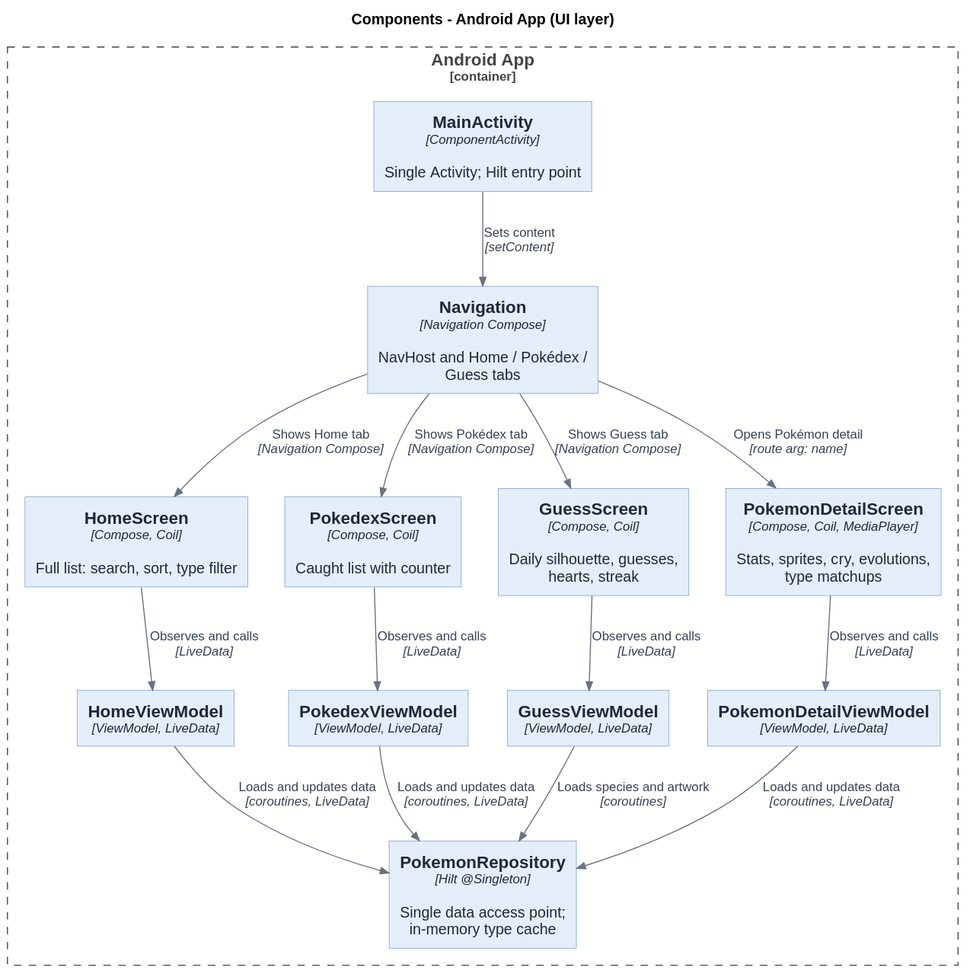
Above: docs/architecture/out/03-components-android-app-ui.svg in rodrigo4sousa/Pokedex (PlantUML), before the change.
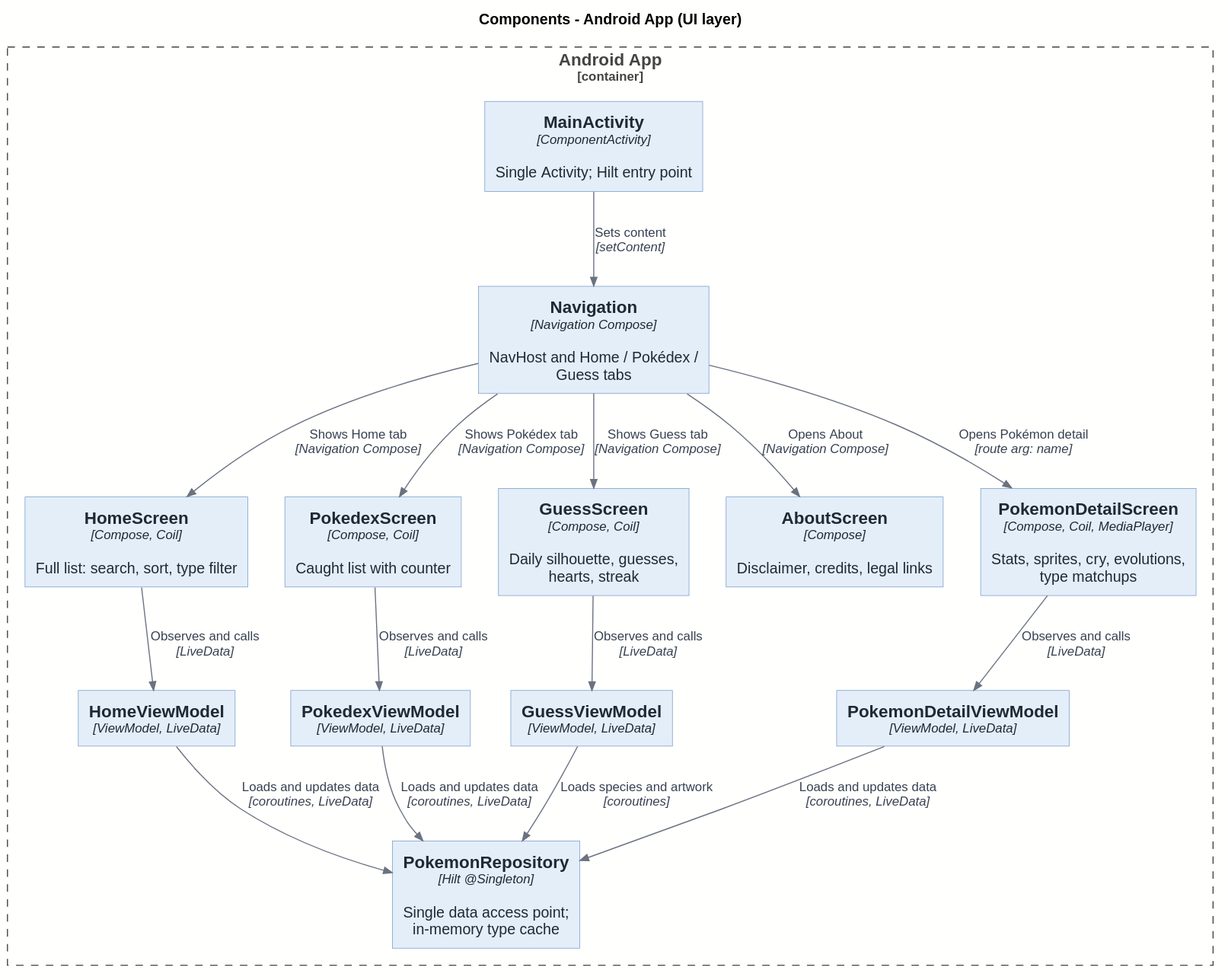
The same file after the commit.

Commit message:
docs: add privacy policy, terms and disclaimer

Diff of the diagram source:
```diff
@@ -13,6 +13,7 @@
     Component(homeScreen, "HomeScreen", "Compose, Coil", "Full list: search, sort, type filter")
     Component(pokedexScreen, "PokedexScreen", "Compose, Coil", "Caught list with counter")
     Component(guessScreen, "GuessScreen", "Compose, Coil", "Daily silhouette, guesses, hearts, streak")
+    Component(aboutScreen, "AboutScreen", "Compose", "Disclaimer, credits, legal links")
     Component(detailScreen, "PokemonDetailScreen", "Compose, Coil, MediaPlayer", "Stats, sprites, cry, evolutions, type matchups")
 
     Component(homeVm, "HomeViewModel", "ViewModel, LiveData")
@@ -27,6 +28,7 @@
 Rel(navigation, homeScreen, $plain("Shows Home tab"), "Navigation Compose")
 Rel(navigation, pokedexScreen, $plain("Shows Pokédex tab"), "Navigation Compose")
 Rel(navigation, guessScreen, $plain("Shows Guess tab"), "Navigation Compose")
+Rel(navigation, aboutScreen, $plain("Opens About"), "Navigation Compose")
 Rel(navigation, detailScreen, $plain("Opens Pokémon detail"), "route arg: name")
 
 Rel(homeScreen, homeVm, $plain("Observes and calls"), "LiveData")
```
